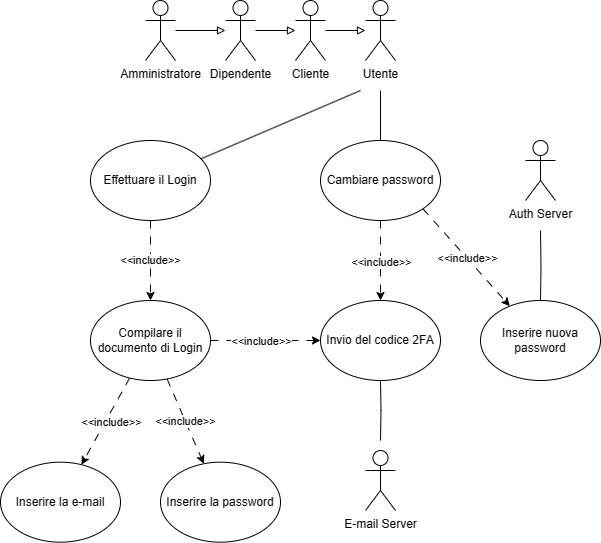
Above: second-deliverable/images/UCD/RF1_login_UCD.png in IS-FixMi/Documentation-Source (draw.io), before the change. Source tidied: cells renumbered, new cells last; positions are measured from the earlier drawing's top-left corner, leaving out a move shared by most shapes.
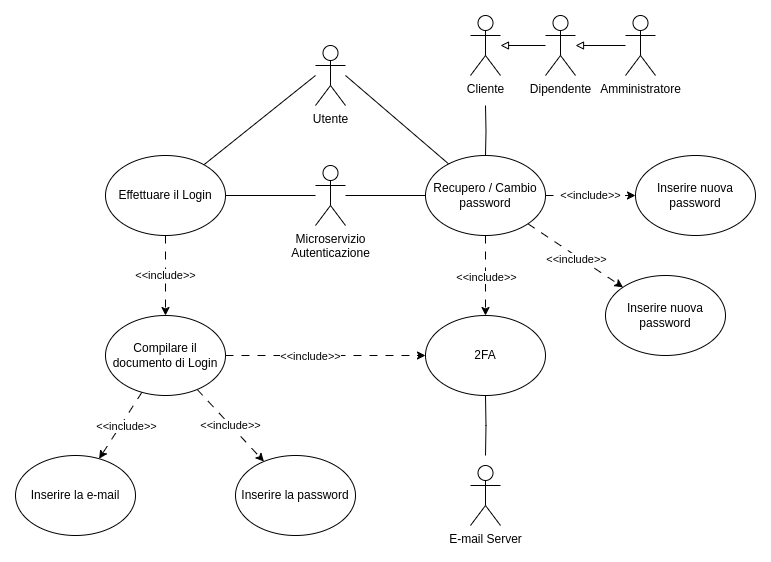
After the change.

The edit, as a diff of the source:
```diff
@@ -4,34 +4,36 @@
     <mxCell id="1" parent="0" />
     <mxCell id="2" style="rounded=0;jettySize=auto;html=1;endArrow=none;endFill=0;" parent="1" edge="1" target="13">
       <mxGeometry relative="1" as="geometry">
-        <mxPoint x="360" y="90" as="sourcePoint" />
+        <mxPoint x="210" y="60" as="sourcePoint" />
       </mxGeometry>
     </mxCell>
     <mxCell id="3" style="rounded=0;jettySize=auto;html=1;endArrow=none;endFill=0;" parent="1" edge="1" target="30">
       <mxGeometry relative="1" as="geometry">
-        <mxPoint x="380" y="90" as="sourcePoint" />
+        <mxPoint x="240" y="60" as="sourcePoint" />
       </mxGeometry>
     </mxCell>
     <mxCell id="4" value="Utente" style="shape=umlActor;verticalLabelPosition=bottom;verticalAlign=top;html=1;" parent="1" vertex="1">
-      <mxGeometry x="365" width="30" height="60" as="geometry" />
+      <mxGeometry x="210" y="30" width="30" height="60" as="geometry" />
     </mxCell>
-    <mxCell id="5" style="edgeStyle=orthogonalEdgeStyle;rounded=0;jettySize=auto;html=1;endArrow=block;endFill=0;" parent="1" edge="1" source="6" target="4">
-      <mxGeometry relative="1" as="geometry" />
-    </mxCell>
+    <mxCell id="34" style="edgeStyle=orthogonalEdgeStyle;rounded=0;jettySize=auto;html=1;entryX=0.5;entryY=0;entryDx=0;entryDy=0;endArrow=none;endFill=0;" parent="1" edge="1" target="30">
+      <mxGeometry relative="1" as="geometry">
+        <mxPoint x="380" y="90" as="sourcePoint" />
+      </mxGeometry>
+    </mxCell>
     <mxCell id="6" value="Cliente" style="shape=umlActor;verticalLabelPosition=bottom;verticalAlign=top;html=1;" parent="1" vertex="1">
-      <mxGeometry x="295" width="30" height="60" as="geometry" />
+      <mxGeometry x="365" width="30" height="60" as="geometry" />
     </mxCell>
     <mxCell id="7" style="edgeStyle=orthogonalEdgeStyle;rounded=0;jettySize=auto;html=1;endArrow=block;endFill=0;" parent="1" edge="1" source="8" target="6">
       <mxGeometry relative="1" as="geometry" />
     </mxCell>
     <mxCell id="8" value="Dipendente" style="shape=umlActor;verticalLabelPosition=bottom;verticalAlign=top;html=1;" parent="1" vertex="1">
-      <mxGeometry x="225" width="30" height="60" as="geometry" />
+      <mxGeometry x="440" width="30" height="60" as="geometry" />
     </mxCell>
     <mxCell id="9" style="edgeStyle=orthogonalEdgeStyle;rounded=0;jettySize=auto;html=1;endArrow=block;endFill=0;" parent="1" edge="1" source="10" target="8">
       <mxGeometry relative="1" as="geometry" />
     </mxCell>
     <mxCell id="10" value="Amministratore" style="shape=umlActor;verticalLabelPosition=bottom;verticalAlign=top;html=1;" parent="1" vertex="1">
-      <mxGeometry x="145" width="30" height="60" as="geometry" />
+      <mxGeometry x="520" width="30" height="60" as="geometry" />
     </mxCell>
     <mxCell id="11" style="edgeStyle=orthogonalEdgeStyle;rounded=0;jettySize=auto;html=1;dashed=1;dashPattern=8 8;" parent="1" edge="1" source="13" target="20">
       <mxGeometry relative="1" as="geometry" />
@@ -42,7 +44,7 @@
       </mxGeometry>
     </mxCell>
     <mxCell id="13" value="Effettuare il Login" style="ellipse;whiteSpace=wrap;html=1;" parent="1" vertex="1">
-      <mxGeometry x="90" y="140" width="120" height="80" as="geometry" />
+      <mxGeometry y="140" width="120" height="80" as="geometry" />
     </mxCell>
     <mxCell id="14" style="edgeStyle=orthogonalEdgeStyle;rounded=0;jettySize=auto;html=1;dashed=1;dashPattern=8 8;" parent="1" edge="1" source="20" target="23">
       <mxGeometry relative="1" as="geometry" />
@@ -67,15 +69,15 @@
       <mxGeometry relative="1" as="geometry" />
     </mxCell>
     <mxCell id="20" value="Compilare il documento di Login" style="ellipse;whiteSpace=wrap;html=1;" parent="1" vertex="1">
-      <mxGeometry x="90" y="300" width="120" height="80" as="geometry" />
+      <mxGeometry y="300" width="120" height="80" as="geometry" />
     </mxCell>
     <mxCell id="21" value="Inserire la e-mail" style="ellipse;whiteSpace=wrap;html=1;" parent="1" vertex="1">
-      <mxGeometry y="461.7" width="120" height="80" as="geometry" />
+      <mxGeometry x="-90" y="440" width="120" height="80" as="geometry" />
     </mxCell>
     <mxCell id="22" value="Inserire la password" style="ellipse;whiteSpace=wrap;html=1;" parent="1" vertex="1">
-      <mxGeometry x="160" y="461.7" width="120" height="80" as="geometry" />
+      <mxGeometry x="130" y="440" width="120" height="80" as="geometry" />
     </mxCell>
-    <mxCell id="23" value="Invio del codice 2FA" style="ellipse;whiteSpace=wrap;html=1;" parent="1" vertex="1">
+    <mxCell id="23" value="2FA" style="ellipse;whiteSpace=wrap;html=1;" parent="1" vertex="1">
       <mxGeometry x="320" y="300" width="120" height="80" as="geometry" />
     </mxCell>
     <mxCell id="24" style="edgeStyle=orthogonalEdgeStyle;rounded=0;jettySize=auto;html=1;endArrow=none;endFill=0;" parent="1" edge="1" target="23">
@@ -100,19 +102,26 @@
         <mxPoint x="8" y="10" as="offset" />
       </mxGeometry>
     </mxCell>
+    <mxCell id="35" value="&amp;lt;&amp;lt;include&amp;gt;&amp;gt;" style="edgeStyle=orthogonalEdgeStyle;rounded=0;jettySize=auto;html=1;entryX=0;entryY=0.5;entryDx=0;entryDy=0;dashed=1;dashPattern=8 8;" parent="1" edge="1" source="30" target="39">
+      <mxGeometry relative="1" as="geometry" />
+    </mxCell>
-    <mxCell id="30" value="Cambiare password" style="ellipse;whiteSpace=wrap;html=1;" parent="1" vertex="1">
+    <mxCell id="30" value="Recupero / Cambio password" style="ellipse;whiteSpace=wrap;html=1;" parent="1" vertex="1">
       <mxGeometry x="320" y="140" width="120" height="80" as="geometry" />
     </mxCell>
     <mxCell id="31" value="Inserire nuova password" style="ellipse;whiteSpace=wrap;html=1;" parent="1" vertex="1">
-      <mxGeometry x="480" y="300" width="120" height="80" as="geometry" />
+      <mxGeometry x="500" y="260" width="120" height="80" as="geometry" />
     </mxCell>
-    <mxCell id="32" style="edgeStyle=orthogonalEdgeStyle;rounded=0;jettySize=auto;html=1;endArrow=none;endFill=0;" parent="1" edge="1" target="31">
-      <mxGeometry relative="1" as="geometry">
-        <mxPoint x="540" y="230" as="sourcePoint" />
-      </mxGeometry>
-    </mxCell>
-    <mxCell id="33" value="Auth Server" style="shape=umlActor;verticalLabelPosition=bottom;verticalAlign=top;html=1;" parent="1" vertex="1">
-      <mxGeometry x="525" y="140" width="30" height="60" as="geometry" />
-    </mxCell>
+    <mxCell id="36" style="edgeStyle=orthogonalEdgeStyle;rounded=0;jettySize=auto;html=1;endArrow=none;endFill=0;" parent="1" edge="1" source="38" target="30">
+      <mxGeometry relative="1" as="geometry" />
+    </mxCell>
+    <mxCell id="37" style="edgeStyle=orthogonalEdgeStyle;rounded=0;jettySize=auto;html=1;entryX=1;entryY=0.5;entryDx=0;entryDy=0;endArrow=none;endFill=0;" parent="1" edge="1" source="38" target="13">
+      <mxGeometry relative="1" as="geometry" />
+    </mxCell>
+    <mxCell id="38" value="Microservizio&lt;br&gt;Autenticazione" style="shape=umlActor;verticalLabelPosition=bottom;verticalAlign=top;html=1;outlineConnect=0;" parent="1" vertex="1">
+      <mxGeometry x="210" y="150" width="30" height="60" as="geometry" />
+    </mxCell>
+    <mxCell id="39" value="Inserire nuova password" style="ellipse;whiteSpace=wrap;html=1;" parent="1" vertex="1">
+      <mxGeometry x="530" y="140" width="120" height="80" as="geometry" />
+    </mxCell>
   </root>
 </mxGraphModel>
```
